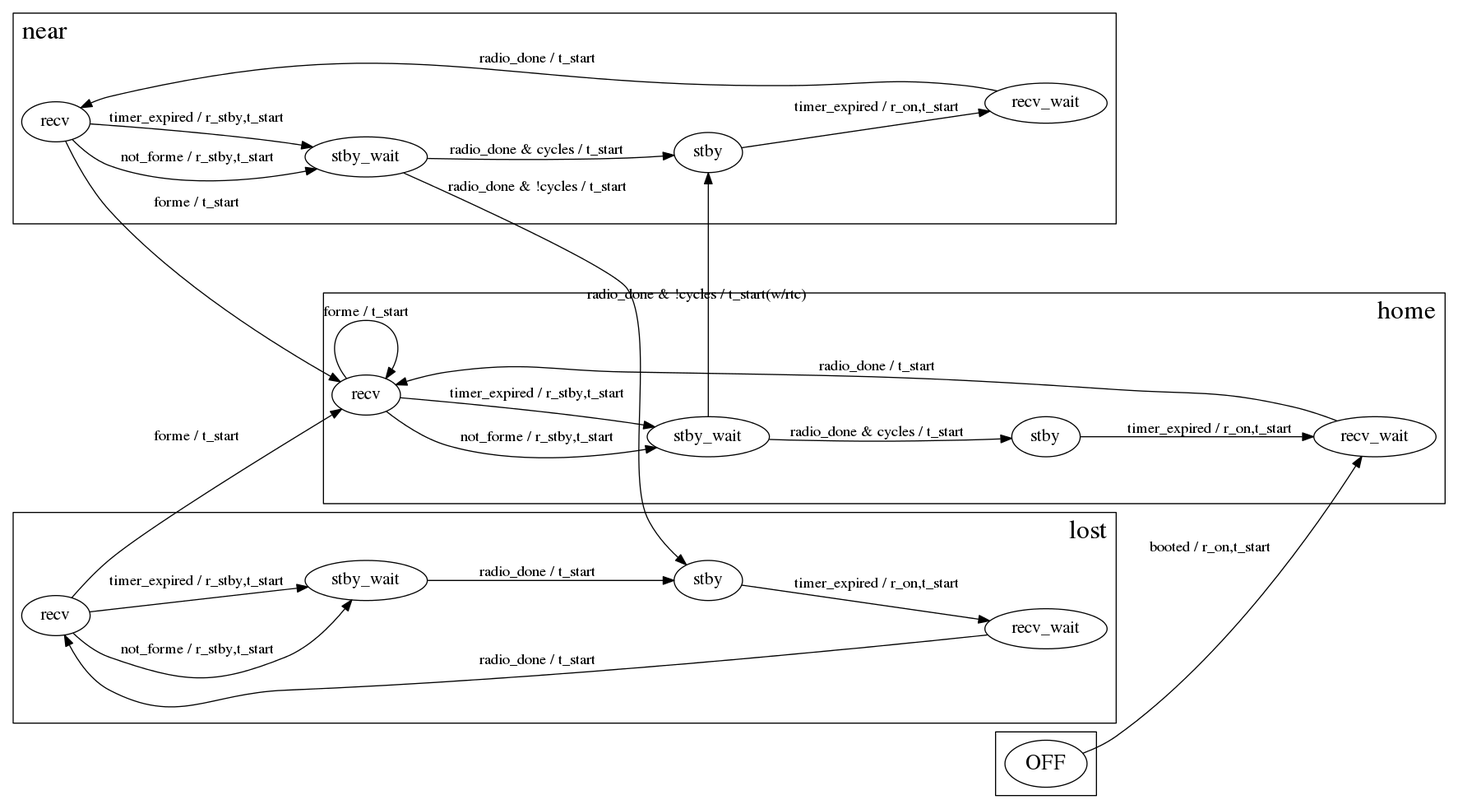
MamMark/mm keeps this Graphviz diagram as apps/tagmon/tagmonograph.png. Above is the earlier version. Its source is kept beside it as apps/tagmon/tagmonograph.dot.
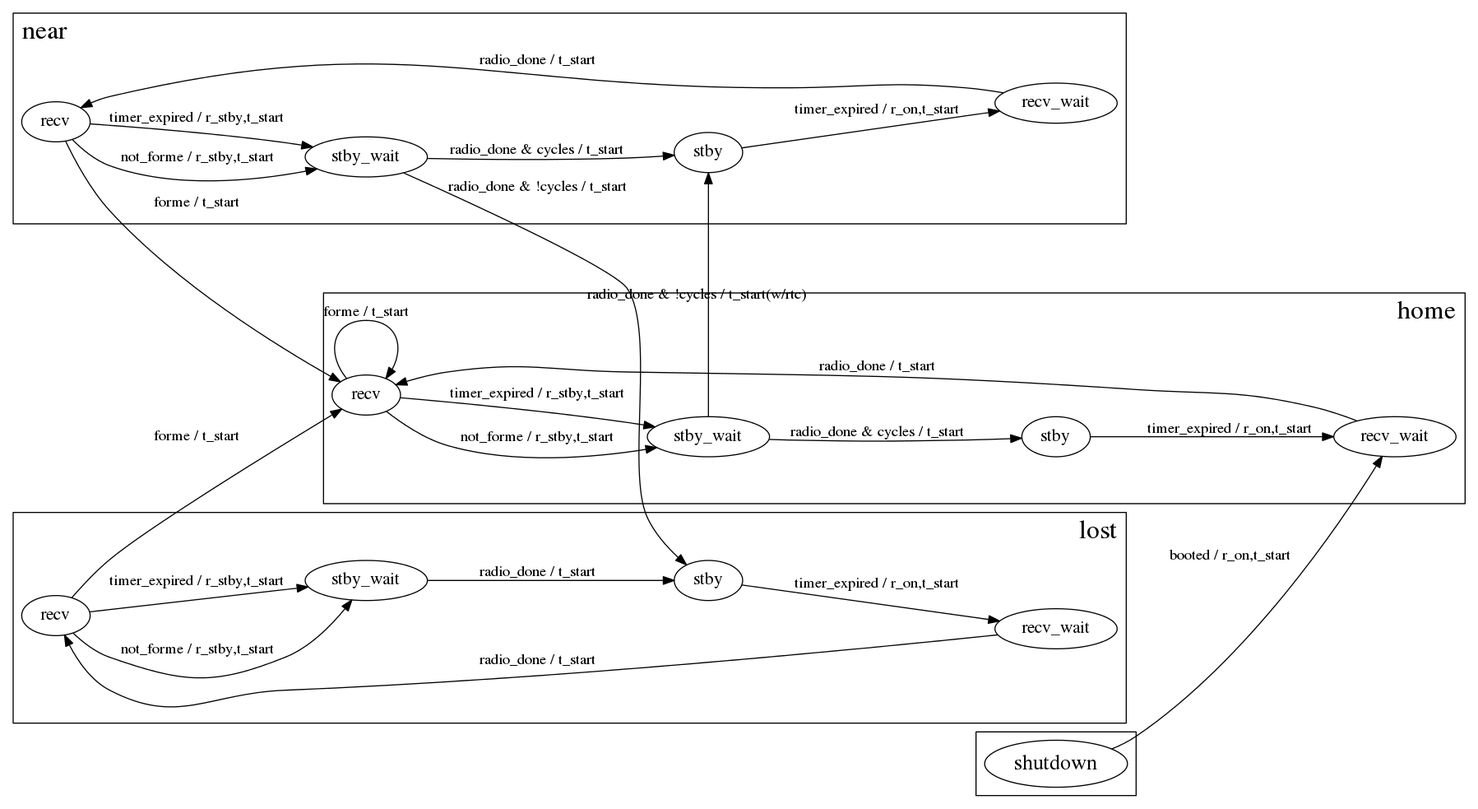
Later version of the same file.

Commit message:
tagnet/monitor: change OFF/STANDBY to SHUTDOWN.

Change to the diagram source:
```diff
@@ -1,11 +1,11 @@
 digraph G {
 nodesep=0.7;
 rankdir=LR;
-subgraph cluster_Off {
+subgraph cluster_Shutdown {
 fontsize=24;
 label="";
 labeljust=l;
-off [fontsize=20, label=OFF];
+shutdown [fontsize=20, label=shutdown];
 }
 
 subgraph cluster_Near {
@@ -38,7 +38,7 @@
 home_stby_wait [fontsize=16, label=stby_wait];
 }
 
-off -> home_recv_wait  [label="booted / r_on,t_start"];
+shutdown -> home_recv_wait  [label="booted / r_on,t_start"];
 home_recv -> home_stby_wait  [label="not_forme / r_stby,t_start"];
 home_recv -> home_stby_wait  [label="timer_expired / r_stby,t_start"];
 home_stby -> home_recv_wait  [label="timer_expired / r_on,t_start"];
```
